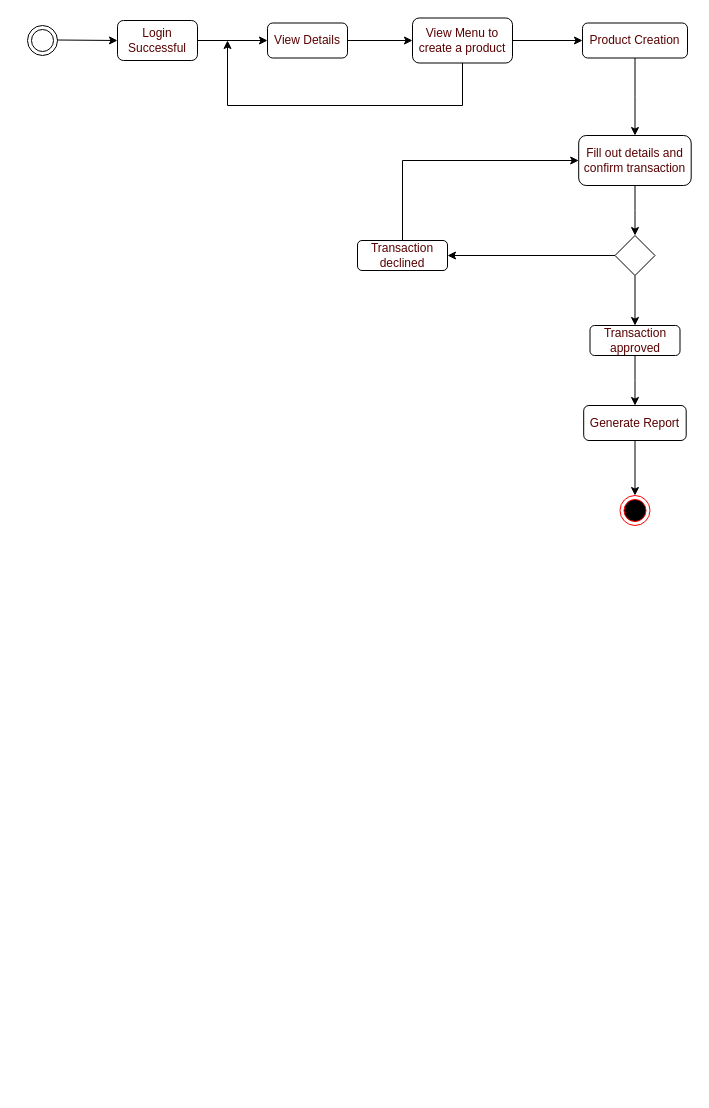
Before: Untitled Diagram.drawio in Deeshti/cs, a draw.io diagram. Source tidied: cells renumbered, new cells numbered last; positions are measured from the earlier drawing's top-left corner, leaving out a move shared by most shapes. Both pictures are drawn from the tidied source at 100%, with x=0, y=0 at pixel (27, 17).
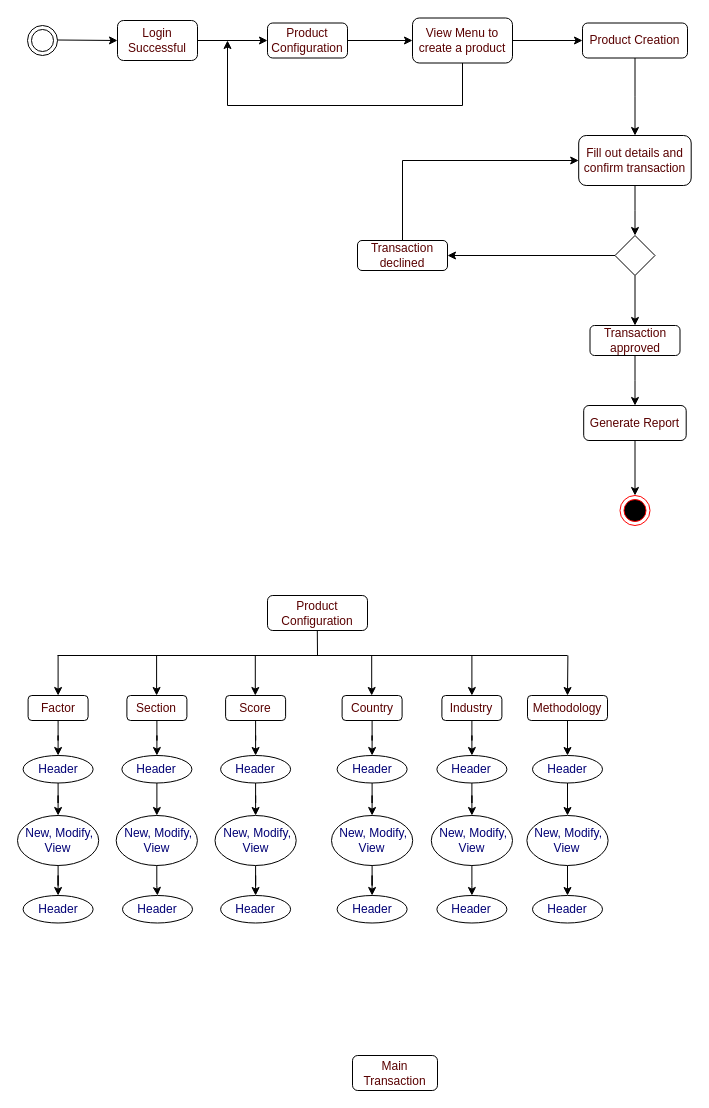
The same page after the edit.

Change to the diagram source:
```diff
@@
-    <mxCell id="7" value="&lt;font color=&quot;#590000&quot;&gt;View Details&lt;/font&gt;" style="whiteSpace=wrap;html=1;rounded=1;" parent="1" vertex="1">
+    <mxCell id="7" value="&lt;font color=&quot;#590000&quot;&gt;Product Configuration&lt;/font&gt;" style="whiteSpace=wrap;html=1;rounded=1;" parent="1" vertex="1">
       <mxGeometry x="240" y="5.5" width="80" height="35" as="geometry" />
     </mxCell>
@@
+    <mxCell id="25" value="&lt;font color=&quot;#590000&quot;&gt;Product Configuration&lt;/font&gt;" style="whiteSpace=wrap;html=1;rounded=1;" parent="1" vertex="1">
+      <mxGeometry x="240" y="578" width="100" height="35" as="geometry" />
+    </mxCell>
+    <mxCell id="26" style="endArrow=none;html=1;rounded=0;fontColor=#590000;" parent="1" edge="1">
+      <mxGeometry relative="1" as="geometry">
+        <mxPoint x="30" y="638" as="sourcePoint" />
+        <mxPoint x="540" y="638" as="targetPoint" />
+      </mxGeometry>
+    </mxCell>
+    <mxCell id="27" style="endArrow=none;html=1;rounded=0;fontColor=#590000;" parent="1" edge="1">
+      <mxGeometry relative="1" as="geometry">
+        <mxPoint x="290" y="638" as="sourcePoint" />
+        <mxPoint x="289.8" y="613" as="targetPoint" />
+      </mxGeometry>
+    </mxCell>
+    <mxCell id="28" style="endArrow=classic;html=1;rounded=0;fontColor=#590000;" parent="1" edge="1">
+      <mxGeometry relative="1" as="geometry">
+        <mxPoint x="30.6" y="638" as="sourcePoint" />
+        <mxPoint x="30.6" y="678" as="targetPoint" />
+      </mxGeometry>
+    </mxCell>
+    <mxCell id="29" style="edgeStyle=orthogonalEdgeStyle;rounded=0;jettySize=auto;html=1;fontColor=#590000;" parent="1" edge="1" source="30" target="47">
+      <mxGeometry relative="1" as="geometry" />
+    </mxCell>
+    <mxCell id="30" value="&lt;font color=&quot;#590000&quot;&gt;Factor&lt;/font&gt;" style="whiteSpace=wrap;html=1;rounded=1;" parent="1" vertex="1">
+      <mxGeometry x="0.6" y="678" width="60" height="25" as="geometry" />
+    </mxCell>
+    <mxCell id="31" style="edgeStyle=orthogonalEdgeStyle;rounded=0;jettySize=auto;html=1;fontColor=#000075;" parent="1" edge="1" source="32" target="52">
+      <mxGeometry relative="1" as="geometry" />
+    </mxCell>
+    <mxCell id="32" value="&lt;font color=&quot;#590000&quot;&gt;Section&lt;/font&gt;" style="whiteSpace=wrap;html=1;rounded=1;" parent="1" vertex="1">
+      <mxGeometry x="99.4" y="678" width="60" height="25" as="geometry" />
+    </mxCell>
+    <mxCell id="33" style="edgeStyle=orthogonalEdgeStyle;rounded=0;jettySize=auto;html=1;fontColor=#000075;" parent="1" edge="1" source="34" target="57">
+      <mxGeometry relative="1" as="geometry" />
+    </mxCell>
+    <mxCell id="34" value="&lt;font color=&quot;#590000&quot;&gt;Score&lt;/font&gt;" style="whiteSpace=wrap;html=1;rounded=1;" parent="1" vertex="1">
+      <mxGeometry x="198.1" y="678" width="60" height="25" as="geometry" />
+    </mxCell>
+    <mxCell id="35" style="edgeStyle=orthogonalEdgeStyle;rounded=0;jettySize=auto;html=1;entryX=0.5;entryY=0;entryDx=0;entryDy=0;fontColor=#000075;" parent="1" edge="1" source="36" target="62">
+      <mxGeometry relative="1" as="geometry" />
+    </mxCell>
+    <mxCell id="36" value="&lt;font color=&quot;#590000&quot;&gt;Country&lt;/font&gt;" style="whiteSpace=wrap;html=1;rounded=1;" parent="1" vertex="1">
+      <mxGeometry x="314.6" y="678" width="60" height="25" as="geometry" />
+    </mxCell>
+    <mxCell id="37" style="edgeStyle=orthogonalEdgeStyle;rounded=0;jettySize=auto;html=1;fontColor=#000075;" parent="1" edge="1" source="38" target="67">
+      <mxGeometry relative="1" as="geometry" />
+    </mxCell>
+    <mxCell id="38" value="&lt;font color=&quot;#590000&quot;&gt;Industry&lt;/font&gt;" style="whiteSpace=wrap;html=1;rounded=1;" parent="1" vertex="1">
+      <mxGeometry x="414.4" y="678" width="60" height="25" as="geometry" />
+    </mxCell>
+    <mxCell id="39" style="edgeStyle=orthogonalEdgeStyle;rounded=0;jettySize=auto;html=1;entryX=0.5;entryY=0;entryDx=0;entryDy=0;fontColor=#000075;" parent="1" edge="1" source="40" target="72">
+      <mxGeometry relative="1" as="geometry" />
+    </mxCell>
+    <mxCell id="40" value="&lt;font color=&quot;#590000&quot;&gt;Methodology&lt;/font&gt;" style="whiteSpace=wrap;html=1;rounded=1;" parent="1" vertex="1">
+      <mxGeometry x="500" y="678" width="80" height="25" as="geometry" />
+    </mxCell>
+    <mxCell id="41" style="endArrow=classic;html=1;rounded=0;fontColor=#590000;" parent="1" edge="1">
+      <mxGeometry relative="1" as="geometry">
+        <mxPoint x="129.1" y="638" as="sourcePoint" />
+        <mxPoint x="129.1" y="678" as="targetPoint" />
+      </mxGeometry>
+    </mxCell>
+    <mxCell id="42" style="endArrow=classic;html=1;rounded=0;fontColor=#590000;" parent="1" edge="1">
+      <mxGeometry relative="1" as="geometry">
+        <mxPoint x="227.8" y="638" as="sourcePoint" />
+        <mxPoint x="227.8" y="678" as="targetPoint" />
+      </mxGeometry>
+    </mxCell>
+    <mxCell id="43" style="endArrow=classic;html=1;rounded=0;fontColor=#590000;" parent="1" edge="1">
+      <mxGeometry relative="1" as="geometry">
+        <mxPoint x="344.2" y="638" as="sourcePoint" />
+        <mxPoint x="344.2" y="678" as="targetPoint" />
+      </mxGeometry>
+    </mxCell>
+    <mxCell id="44" style="endArrow=classic;html=1;rounded=0;fontColor=#590000;" parent="1" edge="1">
+      <mxGeometry relative="1" as="geometry">
+        <mxPoint x="444.4" y="638" as="sourcePoint" />
+        <mxPoint x="444.4" y="678" as="targetPoint" />
+      </mxGeometry>
+    </mxCell>
+    <mxCell id="45" style="endArrow=classic;html=1;rounded=0;fontColor=#590000;" parent="1" edge="1">
+      <mxGeometry relative="1" as="geometry">
+        <mxPoint x="540.4" y="638" as="sourcePoint" />
+        <mxPoint x="540" y="678" as="targetPoint" />
+      </mxGeometry>
+    </mxCell>
+    <mxCell id="46" style="edgeStyle=orthogonalEdgeStyle;rounded=0;jettySize=auto;html=1;entryX=0.5;entryY=0;entryDx=0;entryDy=0;fontColor=#590000;" parent="1" edge="1" source="47" target="49">
+      <mxGeometry relative="1" as="geometry" />
+    </mxCell>
+    <mxCell id="47" value="&lt;font color=&quot;#000075&quot;&gt;Header&lt;/font&gt;" style="ellipse;whiteSpace=wrap;html=1;rounded=1;" parent="1" vertex="1">
+      <mxGeometry x="-4.4" y="738" width="70" height="27.5" as="geometry" />
+    </mxCell>
+    <mxCell id="48" style="edgeStyle=orthogonalEdgeStyle;rounded=0;jettySize=auto;html=1;fontColor=#590000;" parent="1" edge="1" source="49" target="50">
+      <mxGeometry relative="1" as="geometry" />
+    </mxCell>
+    <mxCell id="49" value="&lt;font color=&quot;#000075&quot;&gt;&amp;nbsp;New, Modify, View&lt;/font&gt;" style="ellipse;whiteSpace=wrap;html=1;rounded=1;" parent="1" vertex="1">
+      <mxGeometry x="-10" y="798" width="81.2" height="50" as="geometry" />
+    </mxCell>
+    <mxCell id="50" value="&lt;font color=&quot;#000075&quot;&gt;Header&lt;/font&gt;" style="ellipse;whiteSpace=wrap;html=1;rounded=1;" parent="1" vertex="1">
+      <mxGeometry x="-4.4" y="878" width="70" height="27.5" as="geometry" />
+    </mxCell>
+    <mxCell id="51" style="edgeStyle=orthogonalEdgeStyle;rounded=0;jettySize=auto;html=1;entryX=0.5;entryY=0;entryDx=0;entryDy=0;fontColor=#590000;" parent="1" edge="1" source="52" target="54">
+      <mxGeometry relative="1" as="geometry" />
+    </mxCell>
+    <mxCell id="52" value="&lt;font color=&quot;#000075&quot;&gt;Header&lt;/font&gt;" style="ellipse;whiteSpace=wrap;html=1;rounded=1;" parent="1" vertex="1">
+      <mxGeometry x="94.4" y="738" width="70" height="27.5" as="geometry" />
+    </mxCell>
+    <mxCell id="53" style="edgeStyle=orthogonalEdgeStyle;rounded=0;jettySize=auto;html=1;fontColor=#590000;" parent="1" edge="1" source="54" target="55">
+      <mxGeometry relative="1" as="geometry" />
+    </mxCell>
+    <mxCell id="54" value="&lt;font color=&quot;#000075&quot;&gt;&amp;nbsp;New, Modify, View&lt;/font&gt;" style="ellipse;whiteSpace=wrap;html=1;rounded=1;" parent="1" vertex="1">
+      <mxGeometry x="88.7" y="798" width="81.2" height="50" as="geometry" />
+    </mxCell>
+    <mxCell id="55" value="&lt;font color=&quot;#000075&quot;&gt;Header&lt;/font&gt;" style="ellipse;whiteSpace=wrap;html=1;rounded=1;" parent="1" vertex="1">
+      <mxGeometry x="95" y="878" width="70" height="27.5" as="geometry" />
+    </mxCell>
+    <mxCell id="56" style="edgeStyle=orthogonalEdgeStyle;rounded=0;jettySize=auto;html=1;entryX=0.5;entryY=0;entryDx=0;entryDy=0;fontColor=#590000;" parent="1" edge="1" source="57" target="59">
+      <mxGeometry relative="1" as="geometry" />
+    </mxCell>
+    <mxCell id="57" value="&lt;font color=&quot;#000075&quot;&gt;Header&lt;/font&gt;" style="ellipse;whiteSpace=wrap;html=1;rounded=1;" parent="1" vertex="1">
+      <mxGeometry x="193.1" y="738" width="70" height="27.5" as="geometry" />
+    </mxCell>
+    <mxCell id="58" style="edgeStyle=orthogonalEdgeStyle;rounded=0;jettySize=auto;html=1;fontColor=#590000;" parent="1" edge="1" source="59" target="60">
+      <mxGeometry relative="1" as="geometry" />
+    </mxCell>
+    <mxCell id="59" value="&lt;font color=&quot;#000075&quot;&gt;&amp;nbsp;New, Modify, View&lt;/font&gt;" style="ellipse;whiteSpace=wrap;html=1;rounded=1;" parent="1" vertex="1">
+      <mxGeometry x="187.5" y="798" width="81.2" height="50" as="geometry" />
+    </mxCell>
+    <mxCell id="60" value="&lt;font color=&quot;#000075&quot;&gt;Header&lt;/font&gt;" style="ellipse;whiteSpace=wrap;html=1;rounded=1;" parent="1" vertex="1">
+      <mxGeometry x="193.1" y="878" width="70" height="27.5" as="geometry" />
+    </mxCell>
+    <mxCell id="61" style="edgeStyle=orthogonalEdgeStyle;rounded=0;jettySize=auto;html=1;entryX=0.5;entryY=0;entryDx=0;entryDy=0;fontColor=#590000;" parent="1" edge="1" source="62" target="64">
+      <mxGeometry relative="1" as="geometry" />
+    </mxCell>
+    <mxCell id="62" value="&lt;font color=&quot;#000075&quot;&gt;Header&lt;/font&gt;" style="ellipse;whiteSpace=wrap;html=1;rounded=1;" parent="1" vertex="1">
+      <mxGeometry x="309.6" y="738" width="70" height="27.5" as="geometry" />
+    </mxCell>
+    <mxCell id="63" style="edgeStyle=orthogonalEdgeStyle;rounded=0;jettySize=auto;html=1;fontColor=#590000;" parent="1" edge="1" source="64" target="65">
+      <mxGeometry relative="1" as="geometry" />
+    </mxCell>
+    <mxCell id="64" value="&lt;font color=&quot;#000075&quot;&gt;&amp;nbsp;New, Modify, View&lt;/font&gt;" style="ellipse;whiteSpace=wrap;html=1;rounded=1;" parent="1" vertex="1">
+      <mxGeometry x="304" y="798" width="81.2" height="50" as="geometry" />
+    </mxCell>
+    <mxCell id="65" value="&lt;font color=&quot;#000075&quot;&gt;Header&lt;/font&gt;" style="ellipse;whiteSpace=wrap;html=1;rounded=1;" parent="1" vertex="1">
+      <mxGeometry x="309.6" y="878" width="70" height="27.5" as="geometry" />
+    </mxCell>
+    <mxCell id="66" style="edgeStyle=orthogonalEdgeStyle;rounded=0;jettySize=auto;html=1;entryX=0.5;entryY=0;entryDx=0;entryDy=0;fontColor=#590000;" parent="1" edge="1" source="67" target="69">
+      <mxGeometry relative="1" as="geometry" />
+    </mxCell>
+    <mxCell id="67" value="&lt;font color=&quot;#000075&quot;&gt;Header&lt;/font&gt;" style="ellipse;whiteSpace=wrap;html=1;rounded=1;" parent="1" vertex="1">
+      <mxGeometry x="409.4" y="738" width="70" height="27.5" as="geometry" />
+    </mxCell>
+    <mxCell id="68" style="edgeStyle=orthogonalEdgeStyle;rounded=0;jettySize=auto;html=1;fontColor=#590000;" parent="1" edge="1" source="69" target="70">
+      <mxGeometry relative="1" as="geometry" />
+    </mxCell>
+    <mxCell id="69" value="&lt;font color=&quot;#000075&quot;&gt;&amp;nbsp;New, Modify, View&lt;/font&gt;" style="ellipse;whiteSpace=wrap;html=1;rounded=1;" parent="1" vertex="1">
+      <mxGeometry x="403.8" y="798" width="81.2" height="50" as="geometry" />
+    </mxCell>
+    <mxCell id="70" value="&lt;font color=&quot;#000075&quot;&gt;Header&lt;/font&gt;" style="ellipse;whiteSpace=wrap;html=1;rounded=1;" parent="1" vertex="1">
+      <mxGeometry x="409.4" y="878" width="70" height="27.5" as="geometry" />
+    </mxCell>
+    <mxCell id="71" style="edgeStyle=orthogonalEdgeStyle;rounded=0;jettySize=auto;html=1;entryX=0.5;entryY=0;entryDx=0;entryDy=0;fontColor=#590000;" parent="1" edge="1" source="72" target="74">
+      <mxGeometry relative="1" as="geometry" />
+    </mxCell>
+    <mxCell id="72" value="&lt;font color=&quot;#000075&quot;&gt;Header&lt;/font&gt;" style="ellipse;whiteSpace=wrap;html=1;rounded=1;" parent="1" vertex="1">
+      <mxGeometry x="505" y="738" width="70" height="27.5" as="geometry" />
+    </mxCell>
+    <mxCell id="73" style="edgeStyle=orthogonalEdgeStyle;rounded=0;jettySize=auto;html=1;fontColor=#590000;" parent="1" edge="1" source="74" target="75">
+      <mxGeometry relative="1" as="geometry" />
+    </mxCell>
+    <mxCell id="74" value="&lt;font color=&quot;#000075&quot;&gt;&amp;nbsp;New, Modify, View&lt;/font&gt;" style="ellipse;whiteSpace=wrap;html=1;rounded=1;" parent="1" vertex="1">
+      <mxGeometry x="499.4" y="798" width="81.2" height="50" as="geometry" />
+    </mxCell>
+    <mxCell id="75" value="&lt;font color=&quot;#000075&quot;&gt;Header&lt;/font&gt;" style="ellipse;whiteSpace=wrap;html=1;rounded=1;" parent="1" vertex="1">
+      <mxGeometry x="505" y="878" width="70" height="27.5" as="geometry" />
+    </mxCell>
+    <mxCell id="76" value="&lt;font color=&quot;#590000&quot;&gt;Main Transaction&lt;/font&gt;" style="whiteSpace=wrap;html=1;rounded=1;" parent="1" vertex="1">
+      <mxGeometry x="325" y="1038" width="85" height="35" as="geometry" />
+    </mxCell>
```
